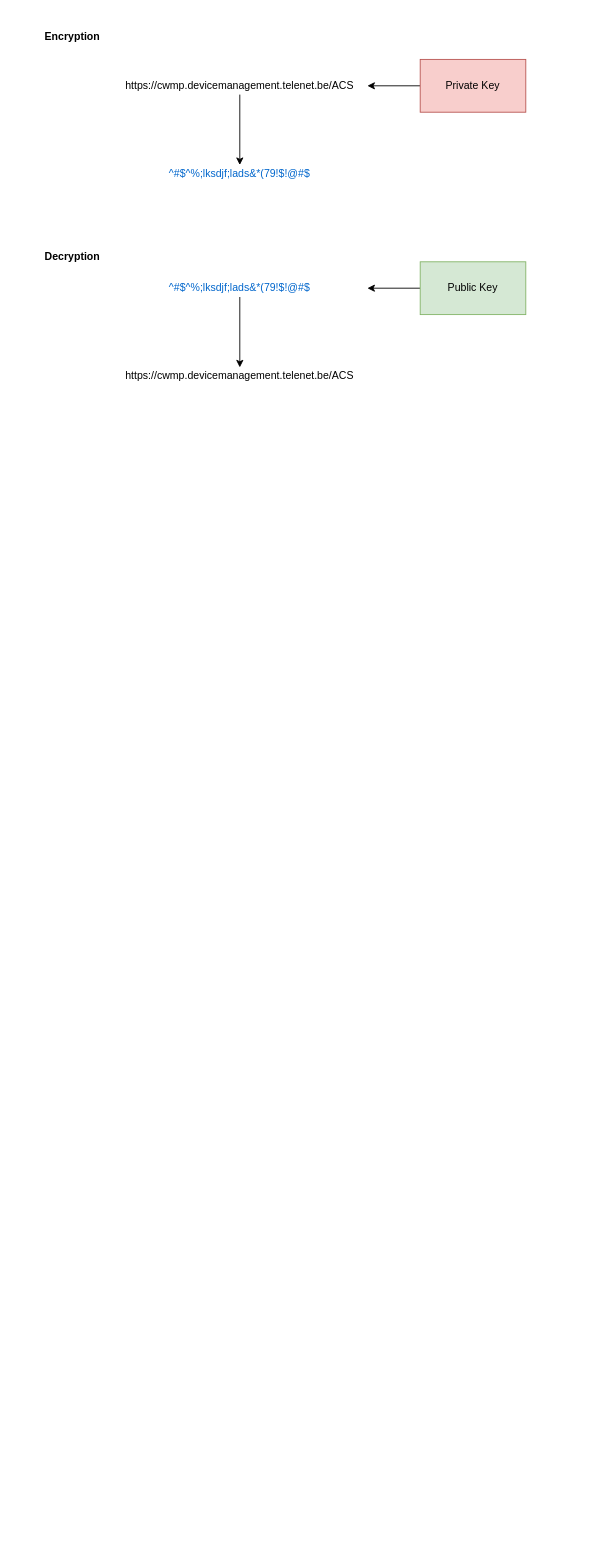
This is page "AP7465LG-355" (1 of 2) of AP7465CE-Issue.drawio from nelsonchung/drawio, a draw.io file, before an edit. Source tidied: cells renumbered, new cells numbered last; positions are measured from the earlier drawing's top-left corner, leaving out a move shared by most shapes. Both pictures are drawn from the tidied source at 88%, with x=0, y=0 at pixel (15, 15).
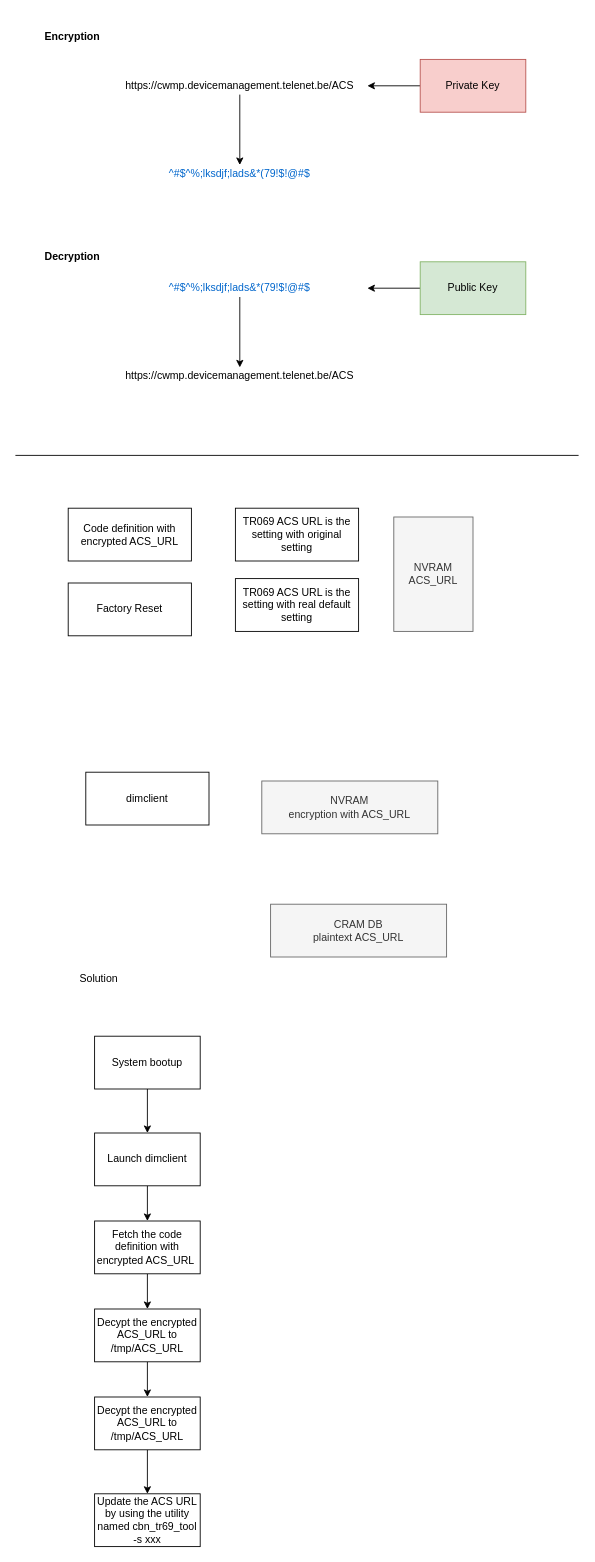
The same diagram, later.

Diff of the diagram source:
```diff
@@
+    <mxCell id="14" style="endArrow=none;html=1;" parent="1" edge="1">
+      <mxGeometry relative="1" as="geometry">
+        <mxPoint y="500" as="sourcePoint" />
+        <mxPoint x="640" y="500" as="targetPoint" />
+      </mxGeometry>
+    </mxCell>
+    <mxCell id="15" value="NVRAM&lt;br&gt;ACS_URL" style="rounded=0;whiteSpace=wrap;html=1;fillColor=#f5f5f5;strokeColor=#666666;fontColor=#333333;" parent="1" vertex="1">
+      <mxGeometry x="430" y="570" width="90" height="130" as="geometry" />
+    </mxCell>
+    <mxCell id="16" value="Factory Reset" style="rounded=0;whiteSpace=wrap;html=1;" parent="1" vertex="1">
+      <mxGeometry x="60" y="645" width="140" height="60" as="geometry" />
+    </mxCell>
+    <mxCell id="17" value="Code definition with encrypted ACS_URL" style="rounded=0;whiteSpace=wrap;html=1;" parent="1" vertex="1">
+      <mxGeometry x="60" y="560" width="140" height="60" as="geometry" />
+    </mxCell>
+    <mxCell id="18" value="TR069 ACS URL is the setting with original setting" style="rounded=0;whiteSpace=wrap;html=1;" parent="1" vertex="1">
+      <mxGeometry x="250" y="560" width="140" height="60" as="geometry" />
+    </mxCell>
+    <mxCell id="19" value="TR069 ACS URL is the setting with real default setting" style="rounded=0;whiteSpace=wrap;html=1;" parent="1" vertex="1">
+      <mxGeometry x="250" y="640" width="140" height="60" as="geometry" />
+    </mxCell>
+    <mxCell id="20" value="dimclient" style="rounded=0;whiteSpace=wrap;html=1;" parent="1" vertex="1">
+      <mxGeometry x="80" y="860" width="140" height="60" as="geometry" />
+    </mxCell>
+    <mxCell id="21" value="NVRAM&lt;br&gt;encryption with ACS_URL" style="rounded=0;whiteSpace=wrap;html=1;fillColor=#f5f5f5;strokeColor=#666666;fontColor=#333333;" parent="1" vertex="1">
+      <mxGeometry x="280" y="870" width="200" height="60" as="geometry" />
+    </mxCell>
+    <mxCell id="22" value="CRAM DB&lt;br&gt;plaintext ACS_URL" style="rounded=0;whiteSpace=wrap;html=1;fillColor=#f5f5f5;strokeColor=#666666;fontColor=#333333;" parent="1" vertex="1">
+      <mxGeometry x="290" y="1010" width="200" height="60" as="geometry" />
+    </mxCell>
+    <mxCell id="23" style="edgeStyle=orthogonalEdgeStyle;rounded=0;jettySize=auto;html=1;" parent="1" edge="1" source="24" target="26">
+      <mxGeometry relative="1" as="geometry" />
+    </mxCell>
+    <mxCell id="24" value="System bootup" style="rounded=0;whiteSpace=wrap;html=1;" parent="1" vertex="1">
+      <mxGeometry x="90" y="1160" width="120" height="60" as="geometry" />
+    </mxCell>
+    <mxCell id="25" style="edgeStyle=orthogonalEdgeStyle;rounded=0;jettySize=auto;html=1;" parent="1" edge="1" source="26" target="28">
+      <mxGeometry relative="1" as="geometry" />
+    </mxCell>
+    <mxCell id="26" value="Launch dimclient" style="rounded=0;whiteSpace=wrap;html=1;" parent="1" vertex="1">
+      <mxGeometry x="90" y="1270" width="120" height="60" as="geometry" />
+    </mxCell>
+    <mxCell id="27" style="edgeStyle=orthogonalEdgeStyle;rounded=0;jettySize=auto;html=1;" parent="1" edge="1" source="28" target="30">
+      <mxGeometry relative="1" as="geometry" />
+    </mxCell>
+    <mxCell id="28" value="Fetch the code definition with encrypted ACS_URL&amp;nbsp;" style="rounded=0;whiteSpace=wrap;html=1;" parent="1" vertex="1">
+      <mxGeometry x="90" y="1370" width="120" height="60" as="geometry" />
+    </mxCell>
+    <mxCell id="29" style="edgeStyle=orthogonalEdgeStyle;rounded=0;jettySize=auto;html=1;" parent="1" edge="1" source="30" target="32">
+      <mxGeometry relative="1" as="geometry" />
+    </mxCell>
+    <mxCell id="30" value="Decypt the encrypted ACS_URL to /tmp/ACS_URL" style="rounded=0;whiteSpace=wrap;html=1;" parent="1" vertex="1">
+      <mxGeometry x="90" y="1470" width="120" height="60" as="geometry" />
+    </mxCell>
+    <mxCell id="31" style="edgeStyle=orthogonalEdgeStyle;rounded=0;jettySize=auto;html=1;" parent="1" edge="1" source="32" target="33">
+      <mxGeometry relative="1" as="geometry" />
+    </mxCell>
+    <mxCell id="32" value="Decypt the encrypted ACS_URL to /tmp/ACS_URL" style="rounded=0;whiteSpace=wrap;html=1;" parent="1" vertex="1">
+      <mxGeometry x="90" y="1570" width="120" height="60" as="geometry" />
+    </mxCell>
+    <mxCell id="33" value="Update the ACS URL by using the utility named cbn_tr69_tool -s xxx" style="rounded=0;whiteSpace=wrap;html=1;" parent="1" vertex="1">
+      <mxGeometry x="90" y="1680" width="120" height="60" as="geometry" />
+    </mxCell>
+    <mxCell id="34" value="Solution" style="text;html=1;strokeColor=none;fillColor=none;align=center;verticalAlign=middle;whiteSpace=wrap;rounded=0;" parent="1" vertex="1">
+      <mxGeometry x="40" y="1070" width="110" height="50" as="geometry" />
+    </mxCell>
```
